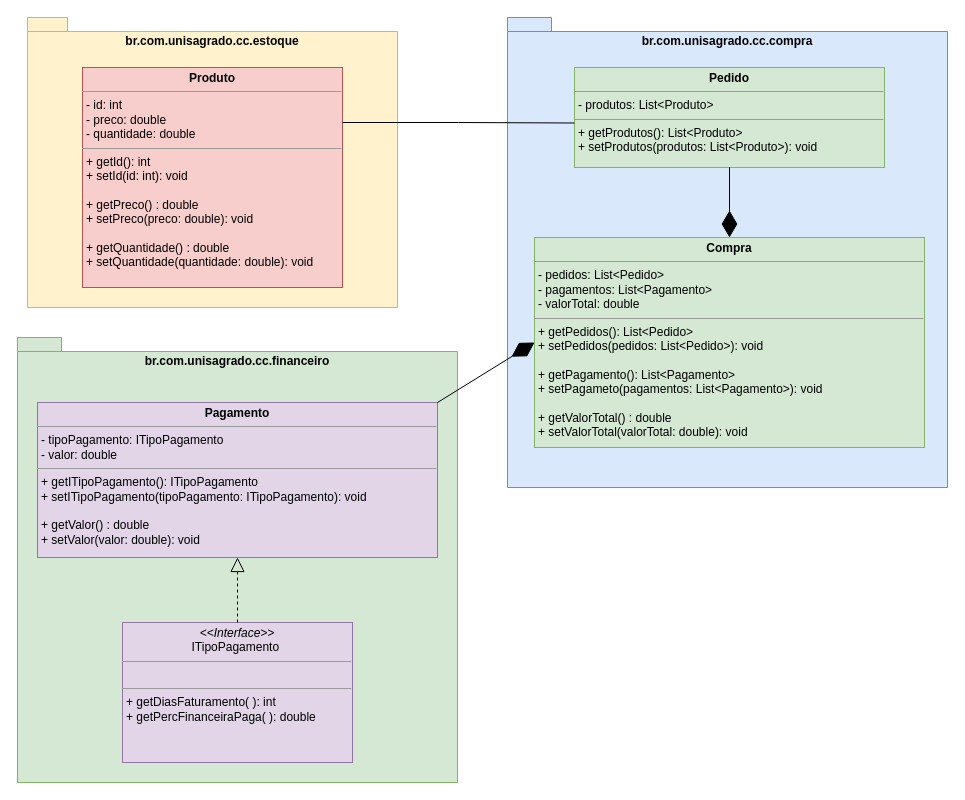
Before: Conversão de Java para Diagrama de Classes.drawio in UnisagradoWorks/engenharia-software, a draw.io diagram. Source tidied: cells renumbered, new cells numbered last; positions are measured from the earlier drawing's top-left corner, leaving out a move shared by most shapes. Both pictures are drawn from the tidied source at 100%, with x=0, y=0 at pixel (17, 17).
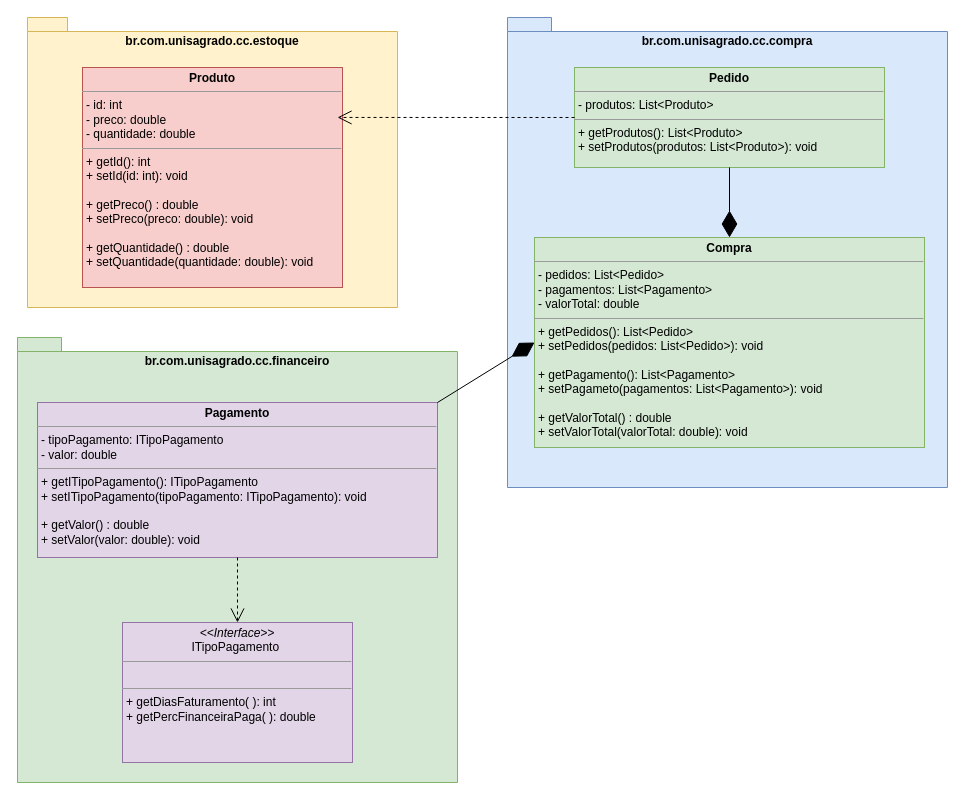
The same diagram, later.

Commit message:
Ajustes nos relacionamentos entre as classes

Change to the diagram source:
```diff
@@
 <mxGraphModel>
   <root>
     <mxCell id="0" />
     <mxCell id="1" parent="0" />
     <mxCell id="2" value="br.com.unisagrado.cc.estoque" style="shape=folder;fontStyle=1;spacingTop=10;tabWidth=40;tabHeight=14;tabPosition=left;html=1;whiteSpace=wrap;verticalAlign=top;fillColor=#fff2cc;strokeColor=#d6b656;" parent="1" vertex="1">
       <mxGeometry x="10" width="370" height="290" as="geometry" />
     </mxCell>
     <mxCell id="3" value="&lt;p style=&quot;margin:0px;margin-top:4px;text-align:center;&quot;&gt;&lt;b&gt;Produto&lt;/b&gt;&lt;/p&gt;&lt;hr size=&quot;1&quot;&gt;&lt;p style=&quot;margin:0px;margin-left:4px;&quot;&gt;- id: int&lt;/p&gt;&lt;p style=&quot;margin:0px;margin-left:4px;&quot;&gt;- preco: double&lt;/p&gt;&lt;p style=&quot;margin:0px;margin-left:4px;&quot;&gt;- quantidade: double&lt;/p&gt;&lt;hr size=&quot;1&quot;&gt;&lt;p style=&quot;margin:0px;margin-left:4px;&quot;&gt;+ getId(): int&lt;/p&gt;&lt;p style=&quot;margin:0px;margin-left:4px;&quot;&gt;+ setId(id: int): void&lt;/p&gt;&lt;p style=&quot;margin:0px;margin-left:4px;&quot;&gt;&lt;br&gt;&lt;/p&gt;&lt;p style=&quot;margin:0px;margin-left:4px;&quot;&gt;+ getPreco() : double&amp;nbsp;&lt;/p&gt;&lt;p style=&quot;margin:0px;margin-left:4px;&quot;&gt;&lt;span style=&quot;background-color: initial;&quot;&gt;+ setPreco(preco: double): void&lt;/span&gt;&lt;/p&gt;&lt;p style=&quot;margin:0px;margin-left:4px;&quot;&gt;&lt;br&gt;&lt;/p&gt;&lt;p style=&quot;margin:0px;margin-left:4px;&quot;&gt;+ getQuantidade() : double&lt;/p&gt;&lt;p style=&quot;margin:0px;margin-left:4px;&quot;&gt;&lt;span style=&quot;background-color: initial;&quot;&gt;+ setQuantidade(quantidade: double): void&lt;/span&gt;&lt;/p&gt;" style="verticalAlign=top;align=left;overflow=fill;fontSize=12;fontFamily=Helvetica;html=1;whiteSpace=wrap;fillColor=#f8cecc;strokeColor=#b85450;" parent="1" vertex="1">
       <mxGeometry x="65" y="50" width="260" height="220" as="geometry" />
     </mxCell>
     <mxCell id="4" style="group;" parent="1" vertex="1">
       <mxGeometry y="320" width="440" height="445" as="geometry" />
     </mxCell>
     <mxCell id="5" value="br.com.unisagrado.cc.financeiro" style="shape=folder;fontStyle=1;spacingTop=10;tabWidth=40;tabHeight=14;tabPosition=left;html=1;whiteSpace=wrap;verticalAlign=top;fillColor=#d5e8d4;strokeColor=#82b366;" parent="4" vertex="1">
       <mxGeometry width="440" height="445" as="geometry" />
     </mxCell>
     <mxCell id="6" value="&lt;p style=&quot;margin:0px;margin-top:4px;text-align:center;&quot;&gt;&lt;b&gt;Pagamento&lt;/b&gt;&lt;/p&gt;&lt;hr size=&quot;1&quot;&gt;&lt;p style=&quot;margin:0px;margin-left:4px;&quot;&gt;- tipoPagamento: ITipoPagamento&lt;/p&gt;&lt;p style=&quot;margin:0px;margin-left:4px;&quot;&gt;- valor: double&lt;/p&gt;&lt;hr size=&quot;1&quot;&gt;&lt;p style=&quot;margin:0px;margin-left:4px;&quot;&gt;+ getITipoPagamento(): ITipoPagamento&lt;/p&gt;&lt;p style=&quot;margin:0px;margin-left:4px;&quot;&gt;+ setITipoPagamento(tipoPagamento: ITipoPagamento): void&lt;/p&gt;&lt;p style=&quot;margin:0px;margin-left:4px;&quot;&gt;&lt;br&gt;&lt;/p&gt;&lt;p style=&quot;margin:0px;margin-left:4px;&quot;&gt;+ getValor() : double&amp;nbsp;&lt;/p&gt;&lt;p style=&quot;margin:0px;margin-left:4px;&quot;&gt;&lt;span style=&quot;background-color: initial;&quot;&gt;+ setValor(valor: double): void&lt;/span&gt;&lt;/p&gt;" style="verticalAlign=top;align=left;overflow=fill;fontSize=12;fontFamily=Helvetica;html=1;whiteSpace=wrap;fillColor=#e1d5e7;strokeColor=#9673a6;" parent="4" vertex="1">
       <mxGeometry x="20" y="65" width="400" height="155" as="geometry" />
     </mxCell>
     <mxCell id="7" value="&lt;p style=&quot;margin:0px;margin-top:4px;text-align:center;&quot;&gt;&lt;i&gt;&amp;lt;&amp;lt;Interface&amp;gt;&amp;gt;&lt;/i&gt;&lt;br&gt;ITipoPagamento&lt;b&gt;&amp;nbsp;&lt;/b&gt;&lt;/p&gt;&lt;hr size=&quot;1&quot;&gt;&lt;p style=&quot;margin:0px;margin-left:4px;&quot;&gt;&lt;br&gt;&lt;/p&gt;&lt;hr size=&quot;1&quot;&gt;&lt;p style=&quot;margin:0px;margin-left:4px;&quot;&gt;+ getDiasFaturamento( ): int&lt;br&gt;+ getPercFinanceiraPaga( ): double&lt;/p&gt;" style="verticalAlign=top;align=left;overflow=fill;fontSize=12;fontFamily=Helvetica;html=1;whiteSpace=wrap;fillColor=#e1d5e7;strokeColor=#9673a6;" parent="4" vertex="1">
       <mxGeometry x="105" y="285" width="230" height="140" as="geometry" />
     </mxCell>
-    <mxCell id="8" style="endArrow=block;dashed=1;endFill=0;endSize=12;html=1;rounded=0;exitX=0.5;exitY=0;exitDx=0;exitDy=0;entryX=0.5;entryY=1;entryDx=0;entryDy=0;" parent="4" edge="1" source="7" target="6">
-      <mxGeometry relative="1" as="geometry" />
-    </mxCell>
+    <mxCell id="16" style="endArrow=open;endSize=12;dashed=1;html=1;rounded=0;exitX=0.5;exitY=1;exitDx=0;exitDy=0;entryX=0.5;entryY=0;entryDx=0;entryDy=0;" parent="4" edge="1" source="6" target="7">
+      <mxGeometry relative="1" as="geometry" />
+    </mxCell>
     <mxCell id="9" style="group;" parent="1" vertex="1">
       <mxGeometry x="490" width="440" height="470" as="geometry" />
     </mxCell>
     <mxCell id="10" value="br.com.unisagrado.cc.compra" style="shape=folder;fontStyle=1;spacingTop=10;tabWidth=40;tabHeight=14;tabPosition=left;html=1;whiteSpace=wrap;verticalAlign=top;fillColor=#dae8fc;strokeColor=#6c8ebf;" parent="9" vertex="1">
       <mxGeometry width="440" height="470" as="geometry" />
     </mxCell>
     <mxCell id="11" value="&lt;p style=&quot;margin:0px;margin-top:4px;text-align:center;&quot;&gt;&lt;b&gt;Pedido&lt;/b&gt;&lt;/p&gt;&lt;hr size=&quot;1&quot;&gt;&lt;p style=&quot;margin:0px;margin-left:4px;&quot;&gt;- produtos: List&amp;lt;Produto&amp;gt;&lt;/p&gt;&lt;hr size=&quot;1&quot;&gt;&lt;p style=&quot;margin:0px;margin-left:4px;&quot;&gt;+ getProdutos(): List&amp;lt;Produto&amp;gt;&amp;nbsp;&lt;/p&gt;&lt;p style=&quot;margin:0px;margin-left:4px;&quot;&gt;+ setProdutos(produtos: List&amp;lt;Produto&amp;gt;): void&lt;/p&gt;&lt;p style=&quot;margin:0px;margin-left:4px;&quot;&gt;&lt;br&gt;&lt;/p&gt;" style="verticalAlign=top;align=left;overflow=fill;fontSize=12;fontFamily=Helvetica;html=1;whiteSpace=wrap;fillColor=#d5e8d4;strokeColor=#82b366;" parent="9" vertex="1">
       <mxGeometry x="67" y="50" width="310" height="100" as="geometry" />
     </mxCell>
     <mxCell id="12" value="&lt;p style=&quot;margin:0px;margin-top:4px;text-align:center;&quot;&gt;&lt;b&gt;Compra&lt;/b&gt;&lt;/p&gt;&lt;hr size=&quot;1&quot;&gt;&lt;p style=&quot;margin:0px;margin-left:4px;&quot;&gt;- pedidos: List&amp;lt;Pedido&amp;gt;&lt;/p&gt;&lt;p style=&quot;margin:0px;margin-left:4px;&quot;&gt;- pagamentos: List&amp;lt;Pagamento&amp;gt;&lt;/p&gt;&lt;p style=&quot;margin:0px;margin-left:4px;&quot;&gt;- valorTotal: double&lt;/p&gt;&lt;hr size=&quot;1&quot;&gt;&lt;p style=&quot;border-color: var(--border-color); margin: 0px 0px 0px 4px;&quot;&gt;+ getPedidos(): List&amp;lt;Pedido&amp;gt;&amp;nbsp;&lt;/p&gt;&lt;p style=&quot;border-color: var(--border-color); margin: 0px 0px 0px 4px;&quot;&gt;+ setPedidos(pedidos: List&amp;lt;Pedido&amp;gt;): void&lt;/p&gt;&lt;p style=&quot;border-color: var(--border-color); margin: 0px 0px 0px 4px;&quot;&gt;&lt;br&gt;&lt;/p&gt;&lt;p style=&quot;border-color: var(--border-color); margin: 0px 0px 0px 4px;&quot;&gt;+ getPagamento(): List&amp;lt;Pagamento&amp;gt;&amp;nbsp;&lt;/p&gt;&lt;p style=&quot;border-color: var(--border-color); margin: 0px 0px 0px 4px;&quot;&gt;+ setPagameto(pagamentos: List&amp;lt;Pagamento&amp;gt;): void&lt;/p&gt;&lt;p style=&quot;margin:0px;margin-left:4px;&quot;&gt;&lt;br&gt;&lt;/p&gt;&lt;p style=&quot;margin:0px;margin-left:4px;&quot;&gt;+ getValorTotal() : double&lt;/p&gt;&lt;p style=&quot;margin:0px;margin-left:4px;&quot;&gt;+ setValorTotal(valorTotal: double): void&lt;/p&gt;" style="verticalAlign=top;align=left;overflow=fill;fontSize=12;fontFamily=Helvetica;html=1;whiteSpace=wrap;fillColor=#d5e8d4;strokeColor=#82b366;" parent="9" vertex="1">
       <mxGeometry x="27" y="220" width="390" height="210" as="geometry" />
     </mxCell>
     <mxCell id="13" style="endArrow=diamondThin;endFill=1;endSize=24;html=1;rounded=0;entryX=0.5;entryY=0;entryDx=0;entryDy=0;" parent="9" edge="1" source="11" target="12">
       <mxGeometry relative="1" as="geometry" />
     </mxCell>
     <mxCell id="14" style="endArrow=diamondThin;endFill=1;endSize=24;html=1;rounded=0;exitX=1;exitY=0;exitDx=0;exitDy=0;" parent="1" edge="1" source="6">
       <mxGeometry relative="1" as="geometry">
         <mxPoint x="517" y="325" as="targetPoint" />
       </mxGeometry>
     </mxCell>
-    <mxCell id="15" style="endArrow=none;html=1;edgeStyle=orthogonalEdgeStyle;rounded=0;exitX=1;exitY=0.25;exitDx=0;exitDy=0;entryX=0;entryY=0.555;entryDx=0;entryDy=0;entryPerimeter=0;" parent="1" edge="1" source="3" target="11">
-      <mxGeometry relative="1" as="geometry" />
-    </mxCell>
+    <mxCell id="17" style="endArrow=open;endSize=12;dashed=1;html=1;rounded=0;exitX=0;exitY=0.5;exitDx=0;exitDy=0;entryX=0.981;entryY=0.227;entryDx=0;entryDy=0;entryPerimeter=0;" parent="1" edge="1" source="11" target="3">
+      <mxGeometry relative="1" as="geometry" />
+    </mxCell>
   </root>
 </mxGraphModel>
```
